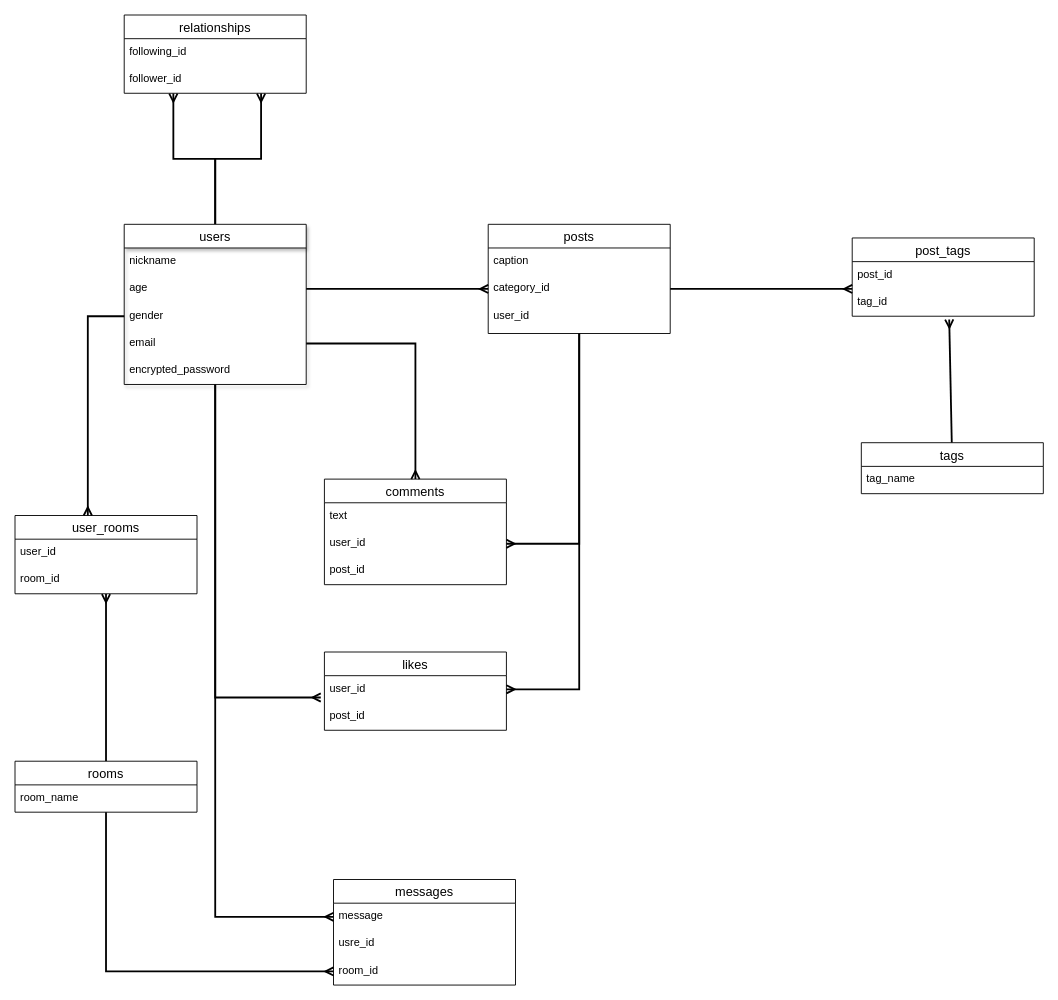
Before: .dio in JinOkazaki/kirei-app, a draw.io diagram. Source tidied: cells renumbered, new cells numbered last; positions are measured from the earlier drawing's top-left corner, leaving out a move shared by most shapes. Both pictures are drawn from the tidied source at 91%, with x=0, y=0 at pixel (15, 15).
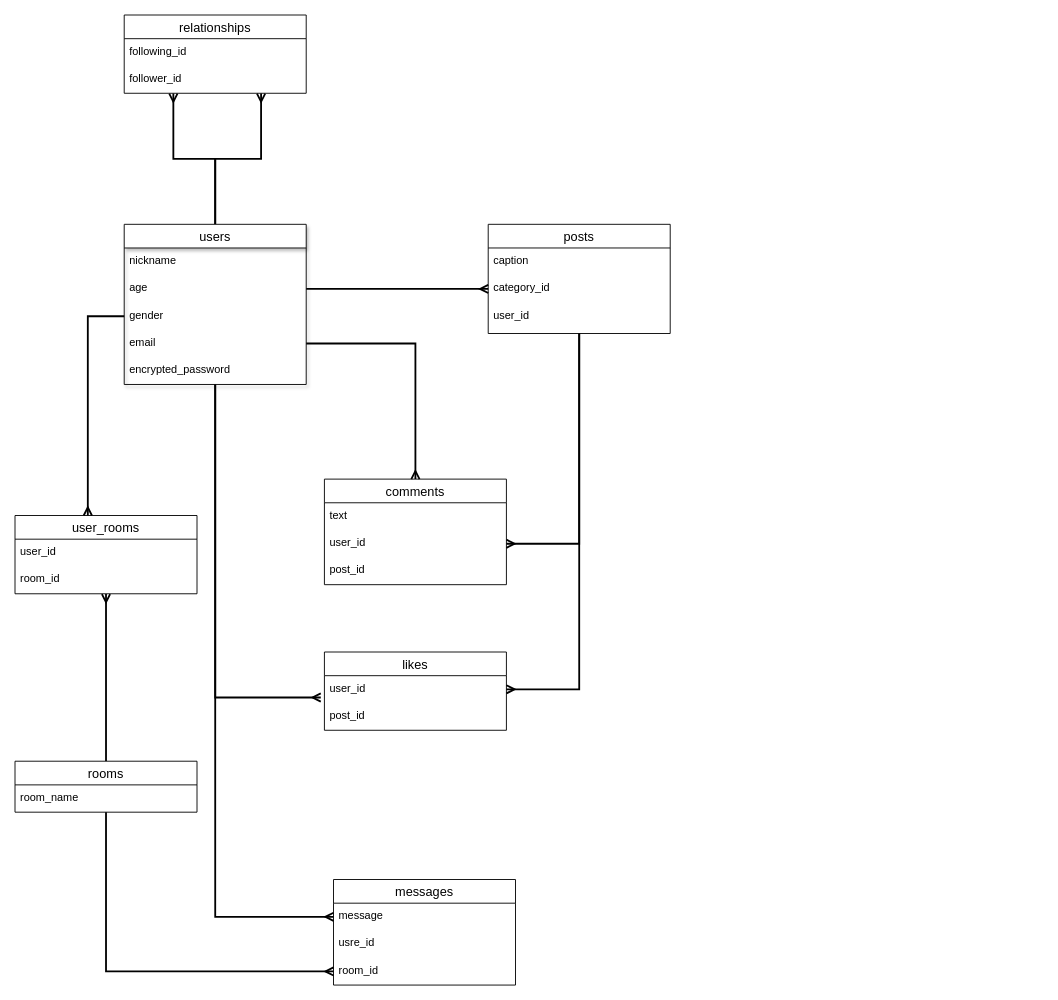
The same diagram, later.

Unchanged cells that the change refers to:
```xml
<mxCell id="16" value="category_id" style="text;strokeColor=none;fillColor=none;spacingLeft=4;spacingRight=4;overflow=hidden;points=[[0,0.5],[1,0.5]];portConstraint=eastwest;fontSize=12;" parent="14" vertex="1">
  <mxGeometry y="56" width="200" height="30" as="geometry" />
</mxCell>
```

Diff of the diagram source:
```diff
@@
-    <mxCell id="19" value="post_tags" style="swimlane;fontStyle=0;horizontal=1;startSize=26;align=center;fontSize=14;" parent="1" vertex="1">
-      <mxGeometry x="920" y="245" width="200" height="86" as="geometry" />
-    </mxCell>
-    <mxCell id="20" value="post_id" style="text;strokeColor=none;fillColor=none;spacingLeft=4;spacingRight=4;overflow=hidden;fontSize=12;" parent="19" vertex="1">
-      <mxGeometry y="26" width="200" height="30" as="geometry" />
-    </mxCell>
-    <mxCell id="21" value="tag_id" style="text;strokeColor=none;fillColor=none;spacingLeft=4;spacingRight=4;overflow=hidden;points=[[0,0.5],[1,0.5]];portConstraint=eastwest;fontSize=12;" parent="19" vertex="1">
-      <mxGeometry y="56" width="200" height="30" as="geometry" />
-    </mxCell>
-    <mxCell id="22" style="edgeStyle=none;rounded=0;jettySize=auto;html=1;entryX=0;entryY=0;entryDx=0;entryDy=0;entryPerimeter=0;endArrow=ERmany;endFill=0;strokeWidth=2;verticalAlign=top;" parent="1" edge="1" source="16" target="21">
-      <mxGeometry relative="1" as="geometry" />
-    </mxCell>
-    <mxCell id="23" style="edgeStyle=none;rounded=0;jettySize=auto;html=1;entryX=0.533;entryY=1.122;entryDx=0;entryDy=0;entryPerimeter=0;endArrow=ERmany;endFill=0;strokeWidth=2;verticalAlign=top;" parent="1" edge="1" source="24" target="21">
-      <mxGeometry relative="1" as="geometry" />
-    </mxCell>
-    <mxCell id="24" value="tags" style="swimlane;fontStyle=0;horizontal=1;startSize=26;align=center;fontSize=14;" parent="1" vertex="1">
-      <mxGeometry x="930" y="470" width="200" height="56" as="geometry" />
-    </mxCell>
-    <mxCell id="25" value="tag_name" style="text;strokeColor=none;fillColor=none;spacingLeft=4;spacingRight=4;overflow=hidden;fontSize=12;" parent="24" vertex="1">
-      <mxGeometry y="26" width="200" height="30" as="geometry" />
-    </mxCell>
```
